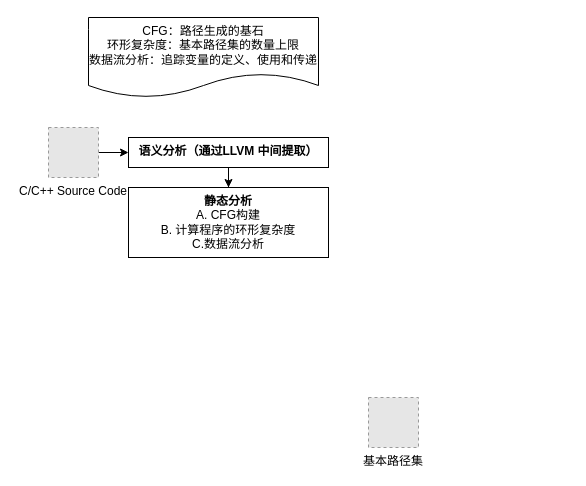
Earlier version of the draw.io diagram 流程图314.drawio (William-Practice/William-Practice). Source tidied: cells renumbered, new cells numbered last; positions are measured from the earlier drawing's top-left corner, leaving out a move shared by most shapes. Both pictures are drawn from the tidied source at 100%, with x=0, y=0 at pixel (48, 17). Pictures stored in the file or linked from it are replaced by grey dashed boxes.
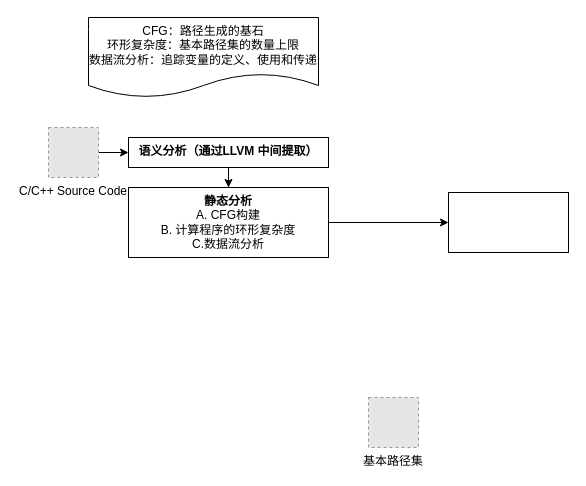
The same diagram, later.

Commit message:
更新流程图314.drawio

Diff of the diagram source:
```diff
@@
 <mxGraphModel>
   <root>
     <mxCell id="0" />
     <mxCell id="1" parent="0" />
     <mxCell id="2" style="edgeStyle=orthogonalEdgeStyle;rounded=0;jettySize=auto;html=1;" parent="1" edge="1" source="3" target="5">
       <mxGeometry relative="1" as="geometry" />
     </mxCell>
     <mxCell id="3" value="C/C++ Source Code" style="fillColor=#E6E6E6;strokeColor=#999999;dashed=1;verticalLabelPosition=bottom;labelBackgroundColor=default;verticalAlign=top;" parent="1" vertex="1">
       <mxGeometry y="110" width="50" height="50" as="geometry" />
     </mxCell>
     <mxCell id="4" style="edgeStyle=orthogonalEdgeStyle;rounded=0;jettySize=auto;html=1;" parent="1" edge="1" source="5" target="6">
       <mxGeometry relative="1" as="geometry" />
     </mxCell>
     <mxCell id="5" value="&lt;b&gt;语义分析（通过LLVM&amp;nbsp;中间提取）&lt;/b&gt;" style="whiteSpace=wrap;html=1;verticalAlign=top;labelBackgroundColor=default;" parent="1" vertex="1">
       <mxGeometry x="80" y="120" width="200" height="30" as="geometry" />
     </mxCell>
+    <mxCell id="9" style="edgeStyle=orthogonalEdgeStyle;rounded=0;jettySize=auto;html=1;" parent="1" edge="1" source="6" target="10">
+      <mxGeometry relative="1" as="geometry" />
+    </mxCell>
     <mxCell id="6" value="&lt;b&gt;静态分析&lt;/b&gt;&lt;br&gt;A. CFG构建&lt;br&gt;B.&amp;nbsp;计算程序的环形&lt;span style=&quot;&quot;&gt;复杂度&lt;br&gt;C.数据流分析&lt;/span&gt;" style="whiteSpace=wrap;html=1;verticalAlign=top;labelBackgroundColor=default;" parent="1" vertex="1">
       <mxGeometry x="80" y="170" width="200" height="70" as="geometry" />
     </mxCell>
     <mxCell id="7" value="基本路径集" style="fillColor=#E6E6E6;strokeColor=#999999;dashed=1;verticalLabelPosition=bottom;labelBackgroundColor=default;verticalAlign=top;" parent="1" vertex="1">
       <mxGeometry x="320" y="380" width="50" height="50" as="geometry" />
     </mxCell>
     <mxCell id="8" value="CFG：路径生成的基石&lt;div&gt;环形复杂度：基本路径集的数量上限&lt;br&gt;数据流分析：追踪变量的定义、使用和传递&lt;/div&gt;" style="shape=document;whiteSpace=wrap;html=1;boundedLbl=1;" parent="1" vertex="1">
       <mxGeometry x="40" width="230" height="80" as="geometry" />
     </mxCell>
+    <mxCell id="10" style="whiteSpace=wrap;html=1;verticalAlign=top;labelBackgroundColor=default;" parent="1" vertex="1">
+      <mxGeometry x="400" y="175" width="120" height="60" as="geometry" />
+    </mxCell>
   </root>
 </mxGraphModel>
```
